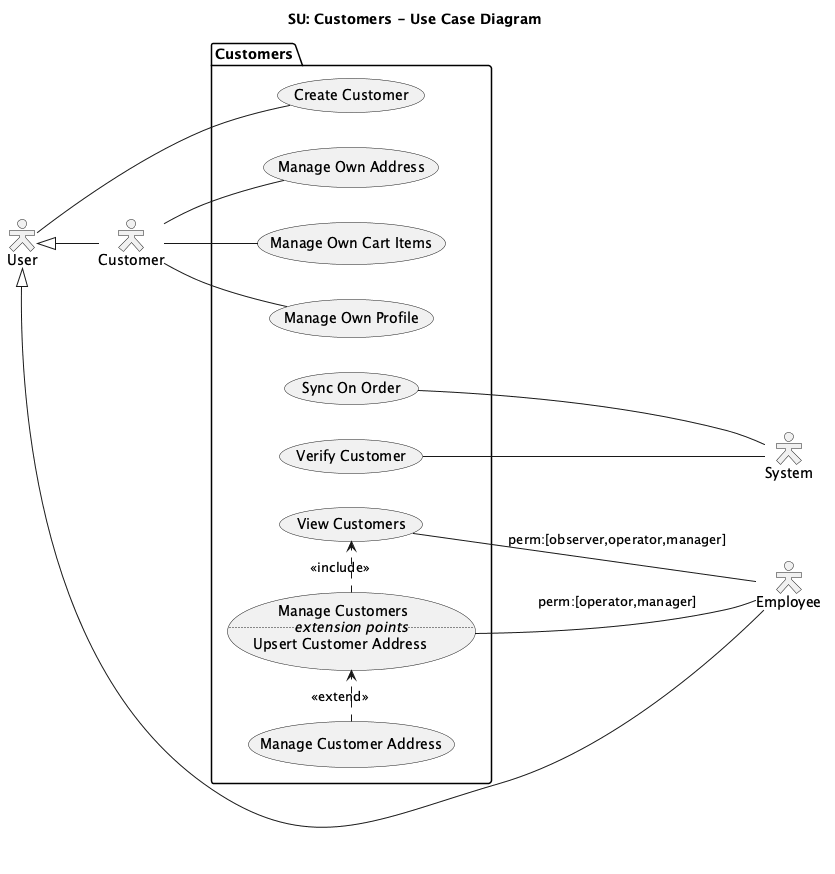
The PlantUML diagram docs/diagrams/exports/use-case-customers.png in draganovik/matterway, before a commit.
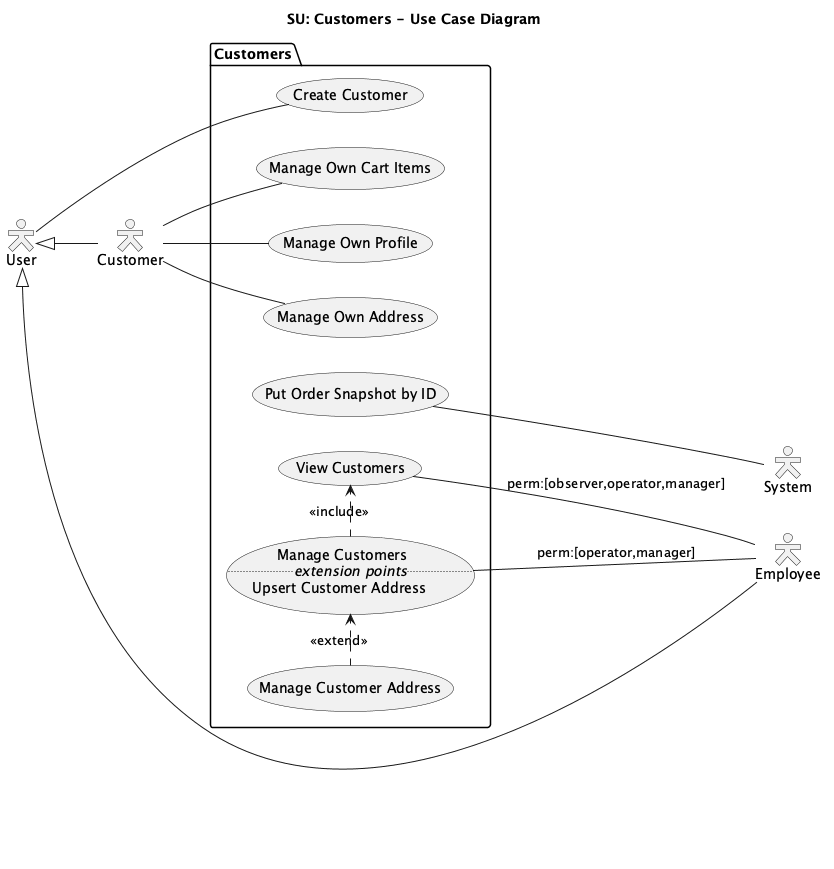
Later version of the same file.

The edit, as a diff of the source:
```diff
@@ -18,10 +18,7 @@
 user <|-- empl
 
 package "Customers" {
-  together {
-    usecase syncOnOrder as "Sync On Order"
-    usecase verifyCustomer as "Verify Customer"
-  }
+  usecase syncOnOrder as "Put Order Snapshot by ID"
 
   usecase createCustomer as "Create Customer"
   usecase manageOwnProfile as "Manage Own Profile"
@@ -44,7 +41,6 @@
 csmr -- manageOwnCartItems
 
 syncOnOrder -- sysm
-verifyCustomer -- sysm
 
 viewCustomers -- empl : perm:[observer,operator,manager]
 manageCustomers -- empl : perm:[operator,manager]
```
